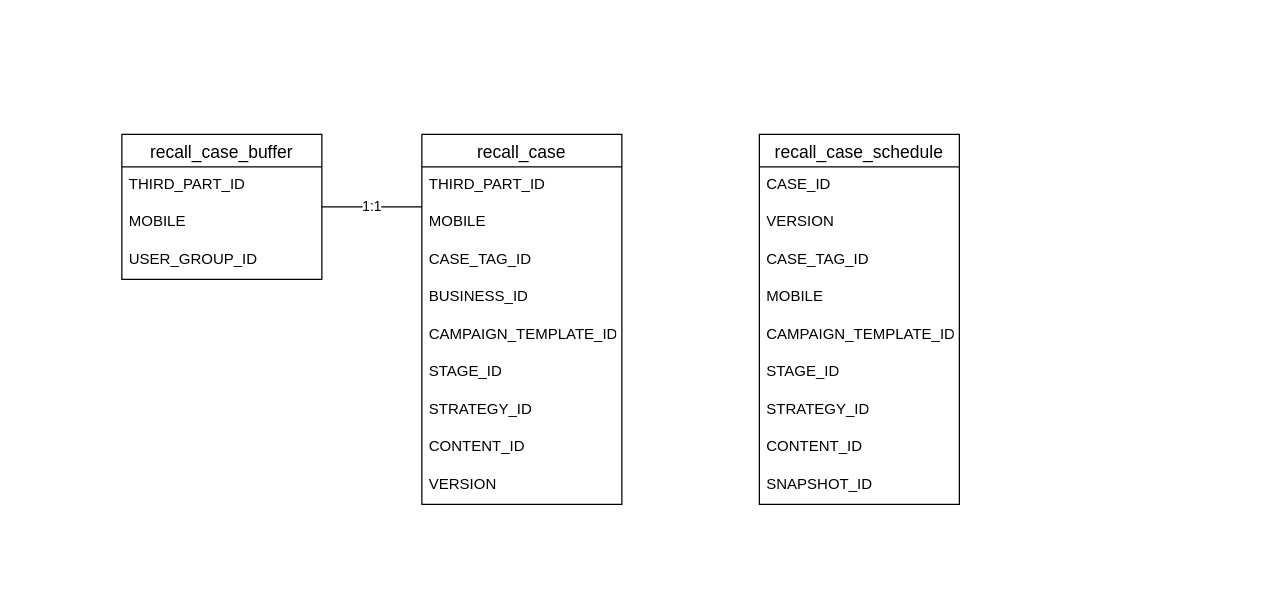
This is 召回系统-数据架构.drawio from ABIN-DS/flowchart, a draw.io file, before an edit. Source tidied: cells renumbered, new cells numbered last; positions are measured from the earlier drawing's top-left corner, leaving out a move shared by most shapes. Both pictures are drawn from the tidied source at 125%, with x=0, y=0 at pixel (121, 134).
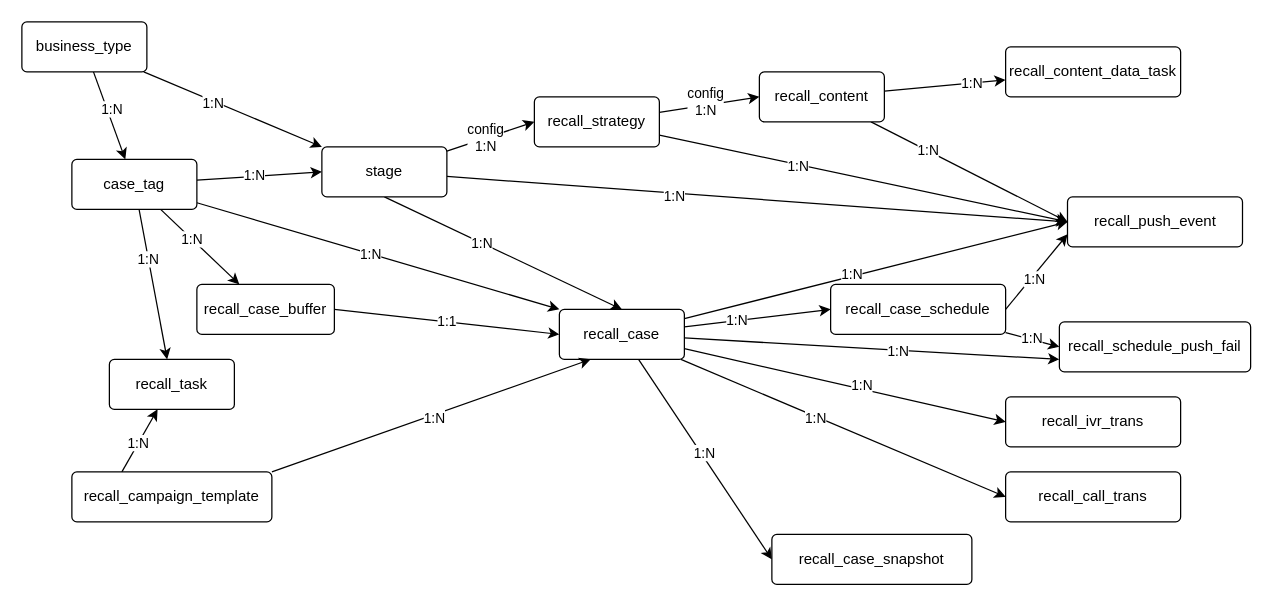
The same page after the edit.

Commit message (it also covers changes not shown here):
更新召回系统-数据架构.drawio

Change to the diagram source:
```diff
@@
-    <mxCell id="2" value="1:1" style="rounded=0;jettySize=auto;html=1;entryX=0;entryY=0.067;entryDx=0;entryDy=0;entryPerimeter=0;endArrow=none;endFill=0;" parent="1" edge="1" source="3" target="9">
+    <mxCell id="2" value="1:1" style="rounded=0;jettySize=auto;html=1;entryX=0;entryY=0.5;entryDx=0;entryDy=0;endArrow=classic;endFill=1;exitX=1;exitY=0.5;exitDx=0;exitDy=0;" parent="1" edge="1" source="3" target="7">
       <mxGeometry relative="1" as="geometry" />
     </mxCell>
-    <mxCell id="3" value="recall_case_buffer" style="swimlane;fontStyle=0;horizontal=1;startSize=26;align=center;fontSize=14;" parent="1" vertex="1">
-      <mxGeometry width="160" height="116" as="geometry" />
+    <mxCell id="3" value="recall_case_buffer" style="rounded=1;arcSize=10;whiteSpace=wrap;html=1;align=center;" parent="1" vertex="1">
+      <mxGeometry x="60" y="120" width="110" height="40" as="geometry" />
     </mxCell>
-    <mxCell id="4" value="THIRD_PART_ID" style="text;strokeColor=none;fillColor=none;spacingLeft=4;spacingRight=4;overflow=hidden;fontSize=12;whiteSpace=wrap;html=1;" parent="3" vertex="1">
-      <mxGeometry y="26" width="160" height="30" as="geometry" />
-    </mxCell>
-    <mxCell id="5" value="MOBILE" style="text;strokeColor=none;fillColor=none;spacingLeft=4;spacingRight=4;overflow=hidden;fontSize=12;whiteSpace=wrap;html=1;" parent="3" vertex="1">
-      <mxGeometry y="56" width="160" height="30" as="geometry" />
-    </mxCell>
-    <mxCell id="6" value="USER_GROUP_ID" style="text;strokeColor=none;fillColor=none;spacingLeft=4;spacingRight=4;overflow=hidden;fontSize=12;whiteSpace=wrap;html=1;" parent="3" vertex="1">
-      <mxGeometry y="86" width="160" height="30" as="geometry" />
-    </mxCell>
+    <mxCell id="27" style="edgeStyle=none;rounded=0;jettySize=auto;html=1;entryX=0;entryY=0.5;entryDx=0;entryDy=0;" parent="1" edge="1" source="7" target="17">
+      <mxGeometry relative="1" as="geometry" />
+    </mxCell>
+    <mxCell id="28" value="1:N" style="edgeLabel;html=1;align=center;verticalAlign=middle;" parent="27" vertex="1">
+      <mxGeometry x="-0.28" y="1" relative="1" as="geometry" />
+    </mxCell>
+    <mxCell id="29" style="edgeStyle=none;rounded=0;jettySize=auto;html=1;entryX=0;entryY=0.5;entryDx=0;entryDy=0;" parent="1" edge="1" source="7" target="39">
+      <mxGeometry relative="1" as="geometry" />
+    </mxCell>
+    <mxCell id="30" value="1:N" style="edgeLabel;html=1;align=center;verticalAlign=middle;" parent="29" vertex="1">
+      <mxGeometry x="-0.05" y="2" relative="1" as="geometry" />
+    </mxCell>
+    <mxCell id="31" style="edgeStyle=none;rounded=0;jettySize=auto;html=1;entryX=0;entryY=0.5;entryDx=0;entryDy=0;" parent="1" edge="1" source="7" target="81">
+      <mxGeometry relative="1" as="geometry" />
+    </mxCell>
+    <mxCell id="32" value="1:N" style="edgeLabel;html=1;align=center;verticalAlign=middle;" parent="31" vertex="1">
+      <mxGeometry x="-0.17" relative="1" as="geometry">
+        <mxPoint y="1" as="offset" />
+      </mxGeometry>
+    </mxCell>
+    <mxCell id="33" style="edgeStyle=none;rounded=0;jettySize=auto;html=1;entryX=0;entryY=0.5;entryDx=0;entryDy=0;" parent="1" edge="1" source="7" target="82">
+      <mxGeometry relative="1" as="geometry" />
+    </mxCell>
+    <mxCell id="34" value="1:N" style="edgeLabel;html=1;align=center;verticalAlign=middle;" parent="33" vertex="1">
+      <mxGeometry x="-0.13" y="2" relative="1" as="geometry" />
+    </mxCell>
+    <mxCell id="35" style="edgeStyle=none;rounded=0;jettySize=auto;html=1;entryX=0;entryY=0.5;entryDx=0;entryDy=0;" parent="1" edge="1" source="7" target="83">
+      <mxGeometry relative="1" as="geometry" />
+    </mxCell>
+    <mxCell id="36" value="1:N" style="edgeLabel;html=1;align=center;verticalAlign=middle;" parent="35" vertex="1">
+      <mxGeometry x="0.09" y="3" relative="1" as="geometry" />
+    </mxCell>
+    <mxCell id="37" style="edgeStyle=none;rounded=0;jettySize=auto;html=1;entryX=0;entryY=0.75;entryDx=0;entryDy=0;" parent="1" edge="1" source="7" target="85">
+      <mxGeometry relative="1" as="geometry" />
+    </mxCell>
+    <mxCell id="38" value="1:N" style="edgeLabel;html=1;align=center;verticalAlign=middle;" parent="37" vertex="1">
+      <mxGeometry x="0.14" y="-1" relative="1" as="geometry" />
+    </mxCell>
-    <mxCell id="7" value="recall_case" style="swimlane;fontStyle=0;horizontal=1;startSize=26;align=center;fontSize=14;" parent="1" vertex="1">
-      <mxGeometry x="240" width="160" height="296" as="geometry" />
+    <mxCell id="7" value="recall_case" style="rounded=1;arcSize=10;whiteSpace=wrap;html=1;align=center;" parent="1" vertex="1">
+      <mxGeometry x="350" y="140" width="100" height="40" as="geometry" />
     </mxCell>
-    <mxCell id="8" value="THIRD_PART_ID" style="text;strokeColor=none;fillColor=none;spacingLeft=4;spacingRight=4;overflow=hidden;fontSize=12;whiteSpace=wrap;html=1;" parent="7" vertex="1">
-      <mxGeometry y="26" width="160" height="30" as="geometry" />
-    </mxCell>
-    <mxCell id="9" value="MOBILE" style="text;strokeColor=none;fillColor=none;spacingLeft=4;spacingRight=4;overflow=hidden;points=[[0,0.5],[1,0.5]];portConstraint=eastwest;fontSize=12;whiteSpace=wrap;html=1;" parent="7" vertex="1">
-      <mxGeometry y="56" width="160" height="30" as="geometry" />
-    </mxCell>
-    <mxCell id="10" value="CASE_TAG_ID" style="text;strokeColor=none;fillColor=none;spacingLeft=4;spacingRight=4;overflow=hidden;fontSize=12;whiteSpace=wrap;html=1;" parent="7" vertex="1">
-      <mxGeometry y="86" width="160" height="30" as="geometry" />
-    </mxCell>
-    <mxCell id="11" value="BUSINESS_ID" style="text;strokeColor=none;fillColor=none;spacingLeft=4;spacingRight=4;overflow=hidden;fontSize=12;whiteSpace=wrap;html=1;" parent="7" vertex="1">
-      <mxGeometry y="116" width="160" height="30" as="geometry" />
-    </mxCell>
-    <mxCell id="12" value="CAMPAIGN_TEMPLATE_ID" style="text;strokeColor=none;fillColor=none;spacingLeft=4;spacingRight=4;overflow=hidden;fontSize=12;whiteSpace=wrap;html=1;" parent="7" vertex="1">
-      <mxGeometry y="146" width="160" height="30" as="geometry" />
-    </mxCell>
-    <mxCell id="13" value="STAGE_ID" style="text;strokeColor=none;fillColor=none;spacingLeft=4;spacingRight=4;overflow=hidden;fontSize=12;whiteSpace=wrap;html=1;" parent="7" vertex="1">
-      <mxGeometry y="176" width="160" height="30" as="geometry" />
-    </mxCell>
-    <mxCell id="14" value="STRATEGY_ID" style="text;strokeColor=none;fillColor=none;spacingLeft=4;spacingRight=4;overflow=hidden;fontSize=12;whiteSpace=wrap;html=1;" parent="7" vertex="1">
-      <mxGeometry y="206" width="160" height="30" as="geometry" />
-    </mxCell>
-    <mxCell id="15" value="CONTENT_ID" style="text;strokeColor=none;fillColor=none;spacingLeft=4;spacingRight=4;overflow=hidden;fontSize=12;whiteSpace=wrap;html=1;" parent="7" vertex="1">
-      <mxGeometry y="236" width="160" height="30" as="geometry" />
-    </mxCell>
-    <mxCell id="16" value="VERSION" style="text;strokeColor=none;fillColor=none;spacingLeft=4;spacingRight=4;overflow=hidden;fontSize=12;whiteSpace=wrap;html=1;" parent="7" vertex="1">
-      <mxGeometry y="266" width="160" height="30" as="geometry" />
-    </mxCell>
+    <mxCell id="39" value="recall_case_snapshot" style="rounded=1;arcSize=10;whiteSpace=wrap;html=1;align=center;" parent="1" vertex="1">
+      <mxGeometry x="520" y="320" width="160" height="40" as="geometry" />
+    </mxCell>
+    <mxCell id="40" style="edgeStyle=none;rounded=0;jettySize=auto;html=1;exitX=1;exitY=0.5;exitDx=0;exitDy=0;entryX=0;entryY=0.75;entryDx=0;entryDy=0;" parent="1" edge="1" source="17" target="82">
+      <mxGeometry relative="1" as="geometry" />
+    </mxCell>
+    <mxCell id="41" value="1:N" style="edgeLabel;html=1;align=center;verticalAlign=middle;" parent="40" vertex="1">
+      <mxGeometry x="-0.16" y="-2" relative="1" as="geometry" />
+    </mxCell>
+    <mxCell id="42" style="edgeStyle=none;rounded=0;jettySize=auto;html=1;entryX=0;entryY=0.5;entryDx=0;entryDy=0;" parent="1" edge="1" source="17" target="85">
+      <mxGeometry relative="1" as="geometry" />
+    </mxCell>
+    <mxCell id="43" value="1:N" style="edgeLabel;html=1;align=center;verticalAlign=middle;" parent="42" vertex="1">
+      <mxGeometry x="-0.05" y="2" relative="1" as="geometry" />
+    </mxCell>
-    <mxCell id="17" value="recall_case_schedule" style="swimlane;fontStyle=0;horizontal=1;startSize=26;align=center;fontSize=14;" parent="1" vertex="1">
-      <mxGeometry x="510" width="160" height="296" as="geometry" />
+    <mxCell id="17" value="recall_case_schedule" style="rounded=1;arcSize=10;whiteSpace=wrap;html=1;align=center;" parent="1" vertex="1">
+      <mxGeometry x="567" y="120" width="140" height="40" as="geometry" />
     </mxCell>
-    <mxCell id="18" value="CASE_ID" style="text;strokeColor=none;fillColor=none;spacingLeft=4;spacingRight=4;overflow=hidden;fontSize=12;whiteSpace=wrap;html=1;" parent="17" vertex="1">
-      <mxGeometry y="26" width="160" height="30" as="geometry" />
-    </mxCell>
-    <mxCell id="19" value="VERSION" style="text;strokeColor=none;fillColor=none;spacingLeft=4;spacingRight=4;overflow=hidden;fontSize=12;whiteSpace=wrap;html=1;" parent="17" vertex="1">
-      <mxGeometry y="56" width="160" height="30" as="geometry" />
-    </mxCell>
-    <mxCell id="20" value="CASE_TAG_ID" style="text;strokeColor=none;fillColor=none;spacingLeft=4;spacingRight=4;overflow=hidden;fontSize=12;whiteSpace=wrap;html=1;" parent="17" vertex="1">
-      <mxGeometry y="86" width="160" height="30" as="geometry" />
-    </mxCell>
-    <mxCell id="21" value="MOBILE" style="text;strokeColor=none;fillColor=none;spacingLeft=4;spacingRight=4;overflow=hidden;fontSize=12;whiteSpace=wrap;html=1;" parent="17" vertex="1">
-      <mxGeometry y="116" width="160" height="30" as="geometry" />
-    </mxCell>
-    <mxCell id="22" value="CAMPAIGN_TEMPLATE_ID" style="text;strokeColor=none;fillColor=none;spacingLeft=4;spacingRight=4;overflow=hidden;fontSize=12;whiteSpace=wrap;html=1;" parent="17" vertex="1">
-      <mxGeometry y="146" width="160" height="30" as="geometry" />
-    </mxCell>
-    <mxCell id="23" value="STAGE_ID" style="text;strokeColor=none;fillColor=none;spacingLeft=4;spacingRight=4;overflow=hidden;fontSize=12;whiteSpace=wrap;html=1;" parent="17" vertex="1">
-      <mxGeometry y="176" width="160" height="30" as="geometry" />
-    </mxCell>
-    <mxCell id="24" value="STRATEGY_ID" style="text;strokeColor=none;fillColor=none;spacingLeft=4;spacingRight=4;overflow=hidden;fontSize=12;whiteSpace=wrap;html=1;" parent="17" vertex="1">
-      <mxGeometry y="206" width="160" height="30" as="geometry" />
-    </mxCell>
-    <mxCell id="25" value="CONTENT_ID" style="text;strokeColor=none;fillColor=none;spacingLeft=4;spacingRight=4;overflow=hidden;fontSize=12;whiteSpace=wrap;html=1;" parent="17" vertex="1">
-      <mxGeometry y="236" width="160" height="30" as="geometry" />
-    </mxCell>
-    <mxCell id="26" value="SNAPSHOT_ID" style="text;strokeColor=none;fillColor=none;spacingLeft=4;spacingRight=4;overflow=hidden;fontSize=12;whiteSpace=wrap;html=1;" parent="17" vertex="1">
-      <mxGeometry y="266" width="160" height="30" as="geometry" />
-    </mxCell>
+    <mxCell id="44" style="edgeStyle=none;rounded=0;jettySize=auto;html=1;entryX=0;entryY=0;entryDx=0;entryDy=0;" parent="1" edge="1" source="52" target="7">
+      <mxGeometry relative="1" as="geometry" />
+    </mxCell>
+    <mxCell id="45" value="1:N" style="edgeLabel;html=1;align=center;verticalAlign=middle;" parent="44" vertex="1">
+      <mxGeometry x="-0.05" relative="1" as="geometry" />
+    </mxCell>
+    <mxCell id="46" style="edgeStyle=none;rounded=0;jettySize=auto;html=1;" parent="1" edge="1" source="52" target="3">
+      <mxGeometry relative="1" as="geometry" />
+    </mxCell>
+    <mxCell id="47" value="1:N" style="edgeLabel;html=1;align=center;verticalAlign=middle;" parent="46" vertex="1">
+      <mxGeometry x="-0.22" relative="1" as="geometry" />
+    </mxCell>
+    <mxCell id="48" style="edgeStyle=none;rounded=0;jettySize=auto;html=1;" parent="1" edge="1" source="52" target="63">
+      <mxGeometry relative="1" as="geometry" />
+    </mxCell>
+    <mxCell id="49" value="1:N" style="edgeLabel;html=1;align=center;verticalAlign=middle;" parent="48" vertex="1">
+      <mxGeometry x="-0.34" y="-1" relative="1" as="geometry" />
+    </mxCell>
+    <mxCell id="50" style="edgeStyle=none;rounded=0;jettySize=auto;html=1;entryX=0;entryY=0.5;entryDx=0;entryDy=0;" parent="1" edge="1" source="52" target="70">
+      <mxGeometry relative="1" as="geometry" />
+    </mxCell>
+    <mxCell id="51" value="1:N" style="edgeLabel;html=1;align=center;verticalAlign=middle;" parent="50" vertex="1">
+      <mxGeometry x="-0.09" y="1" relative="1" as="geometry" />
+    </mxCell>
+    <mxCell id="52" value="case_tag" style="rounded=1;arcSize=10;whiteSpace=wrap;html=1;align=center;" parent="1" vertex="1">
+      <mxGeometry x="-40" y="20" width="100" height="40" as="geometry" />
+    </mxCell>
+    <mxCell id="53" style="edgeStyle=none;rounded=0;jettySize=auto;html=1;" parent="1" edge="1" source="57" target="52">
+      <mxGeometry relative="1" as="geometry" />
+    </mxCell>
+    <mxCell id="54" value="1:N" style="edgeLabel;html=1;align=center;verticalAlign=middle;" parent="53" vertex="1">
+      <mxGeometry x="-0.11" y="3" relative="1" as="geometry" />
+    </mxCell>
+    <mxCell id="55" style="edgeStyle=none;rounded=0;jettySize=auto;html=1;entryX=0;entryY=0;entryDx=0;entryDy=0;" parent="1" edge="1" source="57" target="70">
+      <mxGeometry relative="1" as="geometry" />
+    </mxCell>
+    <mxCell id="56" value="1:N" style="edgeLabel;html=1;align=center;verticalAlign=middle;" parent="55" vertex="1">
+      <mxGeometry x="-0.22" y="-1" relative="1" as="geometry" />
+    </mxCell>
+    <mxCell id="57" value="business_type" style="rounded=1;arcSize=10;whiteSpace=wrap;html=1;align=center;" parent="1" vertex="1">
+      <mxGeometry x="-80" y="-90" width="100" height="40" as="geometry" />
+    </mxCell>
+    <mxCell id="58" style="edgeStyle=none;rounded=0;jettySize=auto;html=1;exitX=1;exitY=0;exitDx=0;exitDy=0;entryX=0.25;entryY=1;entryDx=0;entryDy=0;" parent="1" edge="1" source="62" target="7">
+      <mxGeometry relative="1" as="geometry" />
+    </mxCell>
+    <mxCell id="59" value="1:N" style="edgeLabel;html=1;align=center;verticalAlign=middle;" parent="58" vertex="1">
+      <mxGeometry x="0.01" y="-2" relative="1" as="geometry" />
+    </mxCell>
+    <mxCell id="60" style="edgeStyle=none;rounded=0;jettySize=auto;html=1;exitX=0.25;exitY=0;exitDx=0;exitDy=0;" parent="1" edge="1" source="62" target="63">
+      <mxGeometry relative="1" as="geometry" />
+    </mxCell>
+    <mxCell id="61" value="1:N" style="edgeLabel;html=1;align=center;verticalAlign=middle;" parent="60" vertex="1">
+      <mxGeometry x="-0.06" y="1" relative="1" as="geometry" />
+    </mxCell>
+    <mxCell id="62" value="recall_campaign_template" style="rounded=1;arcSize=10;whiteSpace=wrap;html=1;align=center;" parent="1" vertex="1">
+      <mxGeometry x="-40" y="270" width="160" height="40" as="geometry" />
+    </mxCell>
+    <mxCell id="63" value="recall_task" style="rounded=1;arcSize=10;whiteSpace=wrap;html=1;align=center;" parent="1" vertex="1">
+      <mxGeometry x="-10" y="180" width="100" height="40" as="geometry" />
+    </mxCell>
+    <mxCell id="64" style="edgeStyle=none;rounded=0;jettySize=auto;html=1;exitX=0.5;exitY=1;exitDx=0;exitDy=0;entryX=0.5;entryY=0;entryDx=0;entryDy=0;" parent="1" edge="1" source="70" target="7">
+      <mxGeometry relative="1" as="geometry" />
+    </mxCell>
+    <mxCell id="65" value="1:N" style="edgeLabel;html=1;align=center;verticalAlign=middle;" parent="64" vertex="1">
+      <mxGeometry x="-0.18" relative="1" as="geometry" />
+    </mxCell>
+    <mxCell id="66" style="edgeStyle=none;rounded=0;jettySize=auto;html=1;entryX=0;entryY=0.5;entryDx=0;entryDy=0;" parent="1" edge="1" source="70" target="82">
+      <mxGeometry relative="1" as="geometry" />
+    </mxCell>
+    <mxCell id="67" value="1:N" style="edgeLabel;html=1;align=center;verticalAlign=middle;" parent="66" vertex="1">
+      <mxGeometry x="-0.27" y="-3" relative="1" as="geometry" />
+    </mxCell>
+    <mxCell id="68" style="edgeStyle=none;rounded=0;jettySize=auto;html=1;entryX=0;entryY=0.5;entryDx=0;entryDy=0;" parent="1" edge="1" source="70" target="75">
+      <mxGeometry relative="1" as="geometry" />
+    </mxCell>
+    <mxCell id="69" value="config&lt;br&gt;1:N" style="edgeLabel;html=1;align=center;verticalAlign=middle;" parent="68" vertex="1">
+      <mxGeometry x="-0.14" y="1" relative="1" as="geometry" />
+    </mxCell>
+    <mxCell id="70" value="stage" style="rounded=1;arcSize=10;whiteSpace=wrap;html=1;align=center;" parent="1" vertex="1">
+      <mxGeometry x="160" y="10" width="100" height="40" as="geometry" />
+    </mxCell>
+    <mxCell id="71" style="edgeStyle=none;rounded=0;jettySize=auto;html=1;entryX=0;entryY=0.5;entryDx=0;entryDy=0;" parent="1" edge="1" source="75" target="82">
+      <mxGeometry relative="1" as="geometry" />
+    </mxCell>
+    <mxCell id="72" value="1:N" style="edgeLabel;html=1;align=center;verticalAlign=middle;" parent="71" vertex="1">
+      <mxGeometry x="-0.32" y="-1" relative="1" as="geometry" />
+    </mxCell>
+    <mxCell id="73" style="edgeStyle=none;rounded=0;jettySize=auto;html=1;entryX=0;entryY=0.5;entryDx=0;entryDy=0;" parent="1" edge="1" source="75" target="80">
+      <mxGeometry relative="1" as="geometry" />
+    </mxCell>
+    <mxCell id="74" value="config&lt;br&gt;1:N" style="edgeLabel;html=1;align=center;verticalAlign=middle;" parent="73" vertex="1">
+      <mxGeometry x="-0.08" y="3" relative="1" as="geometry" />
+    </mxCell>
+    <mxCell id="75" value="recall_strategy" style="rounded=1;arcSize=10;whiteSpace=wrap;html=1;align=center;" parent="1" vertex="1">
+      <mxGeometry x="330" y="-30" width="100" height="40" as="geometry" />
+    </mxCell>
+    <mxCell id="76" style="edgeStyle=none;rounded=0;jettySize=auto;html=1;entryX=0;entryY=0.5;entryDx=0;entryDy=0;" parent="1" edge="1" source="80" target="82">
+      <mxGeometry relative="1" as="geometry" />
+    </mxCell>
+    <mxCell id="77" value="1:N" style="edgeLabel;html=1;align=center;verticalAlign=middle;" parent="76" vertex="1">
+      <mxGeometry x="-0.43" y="1" relative="1" as="geometry">
+        <mxPoint y="1" as="offset" />
+      </mxGeometry>
+    </mxCell>
+    <mxCell id="78" style="edgeStyle=none;rounded=0;jettySize=auto;html=1;" parent="1" edge="1" source="80" target="84">
+      <mxGeometry relative="1" as="geometry" />
+    </mxCell>
+    <mxCell id="79" value="1:N" style="edgeLabel;html=1;align=center;verticalAlign=middle;" parent="78" vertex="1">
+      <mxGeometry x="0.44" relative="1" as="geometry" />
+    </mxCell>
+    <mxCell id="80" value="recall_content" style="rounded=1;arcSize=10;whiteSpace=wrap;html=1;align=center;" parent="1" vertex="1">
+      <mxGeometry x="510" y="-50" width="100" height="40" as="geometry" />
+    </mxCell>
+    <mxCell id="81" value="recall_call_trans" style="rounded=1;arcSize=10;whiteSpace=wrap;html=1;align=center;" parent="1" vertex="1">
+      <mxGeometry x="707" y="270" width="140" height="40" as="geometry" />
+    </mxCell>
+    <mxCell id="82" value="recall_push_event" style="rounded=1;arcSize=10;whiteSpace=wrap;html=1;align=center;" parent="1" vertex="1">
+      <mxGeometry x="756.5" y="50" width="140" height="40" as="geometry" />
+    </mxCell>
+    <mxCell id="83" value="recall_ivr_trans" style="rounded=1;arcSize=10;whiteSpace=wrap;html=1;align=center;" parent="1" vertex="1">
+      <mxGeometry x="707" y="210" width="140" height="40" as="geometry" />
+    </mxCell>
+    <mxCell id="84" value="recall_content_data_task" style="rounded=1;arcSize=10;whiteSpace=wrap;html=1;align=center;" parent="1" vertex="1">
+      <mxGeometry x="707" y="-70" width="140" height="40" as="geometry" />
+    </mxCell>
+    <mxCell id="85" value="recall_schedule_push_fail" style="rounded=1;arcSize=10;whiteSpace=wrap;html=1;align=center;" parent="1" vertex="1">
+      <mxGeometry x="750" y="150" width="153" height="40" as="geometry" />
+    </mxCell>
```
